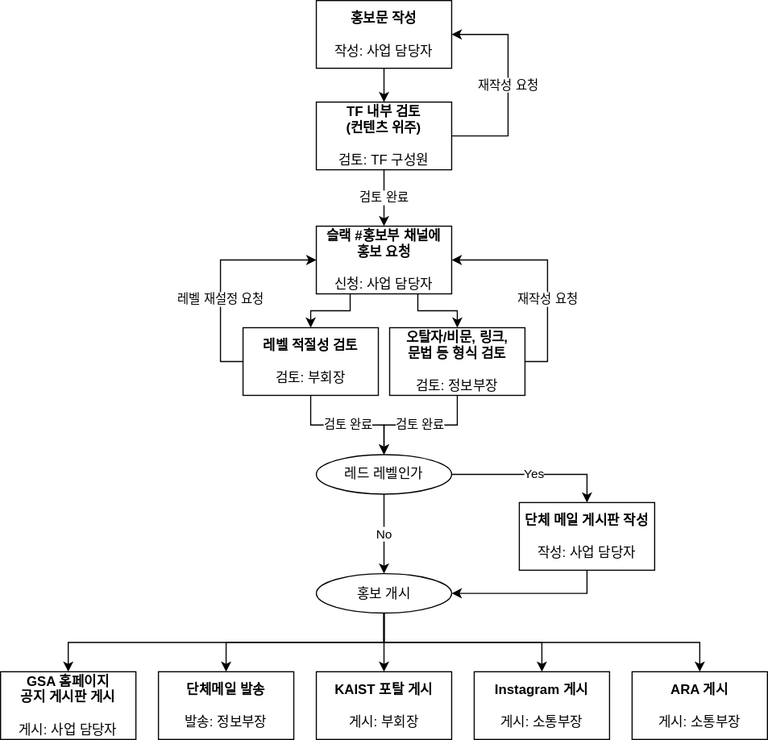
Before: marketing-flow.svg, a diagram exported from draw.io (kaistgsa/marketing-guide). Source tidied: cells renumbered, new cells last; positions are measured from the earlier drawing's top-left corner, leaving out a move shared by most shapes.
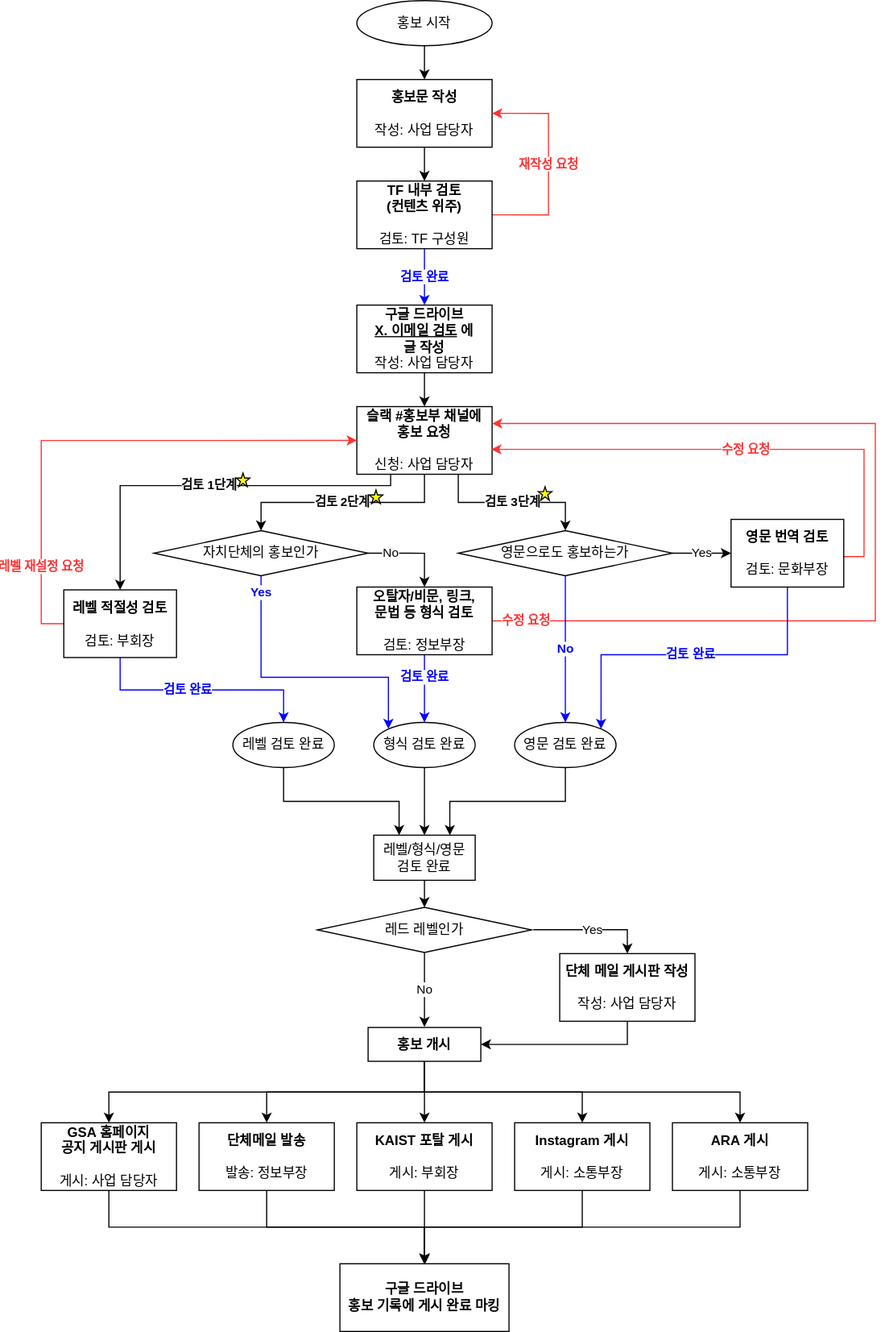
Later version of the same file.

Commit message:
영문 번역 및 자치단체 홍보 프로세스 추가

Diff of the diagram source:
```diff
@@ -6,89 +6,111 @@
       <mxGeometry relative="1" as="geometry" />
     </mxCell>
     <mxCell id="3" value="&lt;b&gt;홍보문 작성&lt;br&gt;&lt;/b&gt;&lt;br&gt;작성: 사업 담당자" style="rounded=0;whiteSpace=wrap;html=1;" parent="1" vertex="1">
-      <mxGeometry x="280" width="120" height="60" as="geometry" />
+      <mxGeometry x="290" y="605" width="120" height="60" as="geometry" />
     </mxCell>
-    <mxCell id="4" value="검토 완료" style="edgeStyle=orthogonalEdgeStyle;rounded=0;jettySize=auto;html=1;exitX=0.5;exitY=1;exitDx=0;exitDy=0;entryX=0.5;entryY=0;entryDx=0;entryDy=0;" parent="1" edge="1" source="6" target="9">
-      <mxGeometry relative="1" as="geometry" />
-    </mxCell>
+    <mxCell id="32" value="검토 완료" style="edgeStyle=orthogonalEdgeStyle;rounded=0;jettySize=auto;html=1;exitX=0.5;exitY=1;exitDx=0;exitDy=0;entryX=0.5;entryY=0;entryDx=0;entryDy=0;fontColor=#0000FF;strokeColor=#0000FF;fontStyle=1;" parent="1" edge="1" source="6" target="44">
+      <mxGeometry relative="1" as="geometry" />
+    </mxCell>
-    <mxCell id="5" value="재작성 요청" style="edgeStyle=orthogonalEdgeStyle;rounded=0;jettySize=auto;html=1;exitX=1;exitY=0.5;exitDx=0;exitDy=0;entryX=1;entryY=0.5;entryDx=0;entryDy=0;" parent="1" edge="1" source="6" target="3">
+    <mxCell id="5" value="재작성 요청" style="edgeStyle=orthogonalEdgeStyle;rounded=0;jettySize=auto;html=1;exitX=1;exitY=0.5;exitDx=0;exitDy=0;entryX=1;entryY=0.5;entryDx=0;entryDy=0;fillColor=#f8cecc;strokeColor=#FF3333;fontColor=#FF3333;fontStyle=1;" parent="1" edge="1" source="6" target="3">
       <mxGeometry relative="1" as="geometry">
         <Array as="points">
-          <mxPoint x="450" y="120" />
-          <mxPoint x="450" y="30" />
+          <mxPoint x="460" y="725" />
+          <mxPoint x="460" y="635" />
         </Array>
       </mxGeometry>
     </mxCell>
     <mxCell id="6" value="&lt;b&gt;TF 내부 검토&lt;br&gt;(컨텐츠 위주)&lt;br&gt;&lt;/b&gt;&lt;br&gt;검토: TF 구성원" style="rounded=0;whiteSpace=wrap;html=1;" parent="1" vertex="1">
-      <mxGeometry x="280" y="90" width="120" height="60" as="geometry" />
+      <mxGeometry x="290" y="695" width="120" height="60" as="geometry" />
     </mxCell>
+    <mxCell id="33" value="검토 3단계" style="edgeStyle=orthogonalEdgeStyle;rounded=0;jettySize=auto;html=1;exitX=0.75;exitY=1;exitDx=0;exitDy=0;entryX=0.5;entryY=0;entryDx=0;entryDy=0;fontStyle=1;" parent="1" edge="1" source="9" target="50">
+      <mxGeometry relative="1" as="geometry" />
+    </mxCell>
+    <mxCell id="34" value="&lt;b&gt;검토 2단계&lt;/b&gt;" style="edgeStyle=orthogonalEdgeStyle;rounded=0;jettySize=auto;html=1;exitX=0.5;exitY=1;exitDx=0;exitDy=0;entryX=0.5;entryY=0;entryDx=0;entryDy=0;" parent="1" edge="1" source="9" target="55">
+      <mxGeometry relative="1" as="geometry" />
+    </mxCell>
-    <mxCell id="7" style="edgeStyle=orthogonalEdgeStyle;rounded=0;jettySize=auto;html=1;exitX=0.25;exitY=1;exitDx=0;exitDy=0;entryX=0.5;entryY=0;entryDx=0;entryDy=0;" parent="1" edge="1" source="9" target="20">
+    <mxCell id="7" value="검토 1단계" style="edgeStyle=orthogonalEdgeStyle;rounded=0;jettySize=auto;html=1;exitX=0.25;exitY=1;exitDx=0;exitDy=0;fontStyle=1;" parent="1" edge="1" source="9" target="20">
       <mxGeometry relative="1" as="geometry">
         <Array as="points">
-          <mxPoint x="310" y="275" />
-          <mxPoint x="275" y="275" />
+          <mxPoint x="320" y="965" />
+          <mxPoint x="80" y="965" />
         </Array>
       </mxGeometry>
     </mxCell>
-    <mxCell id="8" style="edgeStyle=orthogonalEdgeStyle;rounded=0;jettySize=auto;html=1;exitX=0.75;exitY=1;exitDx=0;exitDy=0;entryX=0.5;entryY=0;entryDx=0;entryDy=0;" parent="1" edge="1" source="9" target="12">
-      <mxGeometry relative="1" as="geometry">
-        <Array as="points">
-          <mxPoint x="370" y="275" />
-          <mxPoint x="405" y="275" />
-        </Array>
-      </mxGeometry>
-    </mxCell>
     <mxCell id="9" value="&lt;b&gt;슬랙 #홍보부 채널에 &lt;br&gt;홍보 요청&lt;/b&gt;&lt;br&gt;&lt;br&gt;신청: 사업 담당자" style="rounded=0;whiteSpace=wrap;html=1;" parent="1" vertex="1">
-      <mxGeometry x="280" y="200" width="120" height="60" as="geometry" />
+      <mxGeometry x="290" y="895" width="120" height="60" as="geometry" />
     </mxCell>
-    <mxCell id="10" value="검토 완료" style="edgeStyle=orthogonalEdgeStyle;rounded=0;jettySize=auto;html=1;exitX=0.5;exitY=1;exitDx=0;exitDy=0;entryX=0.5;entryY=0;entryDx=0;entryDy=0;" parent="1" edge="1" source="12" target="25">
-      <mxGeometry relative="1" as="geometry" />
-    </mxCell>
-    <mxCell id="11" value="재작성 요청" style="edgeStyle=orthogonalEdgeStyle;rounded=0;jettySize=auto;html=1;exitX=1;exitY=0.5;exitDx=0;exitDy=0;entryX=1;entryY=0.5;entryDx=0;entryDy=0;" parent="1" edge="1" source="12" target="9">
-      <mxGeometry x="-0.23" relative="1" as="geometry" />
+    <mxCell id="11" value="수정 요청" style="edgeStyle=orthogonalEdgeStyle;rounded=0;jettySize=auto;html=1;entryX=1;entryY=0.25;entryDx=0;entryDy=0;exitX=1;exitY=0.5;exitDx=0;exitDy=0;fillColor=#f8cecc;strokeColor=#FF3333;fontColor=#FF3333;fontStyle=1;" parent="1" edge="1" source="12" target="9">
+      <mxGeometry x="-0.93" relative="1" as="geometry">
+        <Array as="points">
+          <mxPoint x="750" y="1085" />
+          <mxPoint x="750" y="910" />
+        </Array>
+      </mxGeometry>
     </mxCell>
+    <mxCell id="35" value="검토 완료" style="edgeStyle=orthogonalEdgeStyle;rounded=0;jettySize=auto;html=1;fontColor=#0000FF;strokeColor=#0000FF;fontStyle=1;" parent="1" edge="1" target="61">
+      <mxGeometry x="-0.33" relative="1" as="geometry">
+        <mxPoint x="350" y="1115" as="sourcePoint" />
+        <Array as="points">
+          <mxPoint x="350" y="1115" />
+        </Array>
+      </mxGeometry>
+    </mxCell>
     <mxCell id="12" value="&lt;b&gt;오탈자/비문, 링크, &lt;br&gt;문법 등 형식 검토&lt;/b&gt;&lt;br&gt;&lt;br&gt;검토: 정보부장" style="rounded=0;whiteSpace=wrap;html=1;" parent="1" vertex="1">
-      <mxGeometry x="345" y="290" width="120" height="60" as="geometry" />
+      <mxGeometry x="290" y="1055" width="120" height="60" as="geometry" />
     </mxCell>
+    <mxCell id="36" style="edgeStyle=orthogonalEdgeStyle;rounded=0;jettySize=auto;html=1;exitX=0.5;exitY=1;exitDx=0;exitDy=0;entryX=0.5;entryY=0;entryDx=0;entryDy=0;fontColor=#0000FF;" parent="1" edge="1" source="13" target="64">
+      <mxGeometry relative="1" as="geometry" />
+    </mxCell>
     <mxCell id="13" value="&lt;b&gt;GSA 홈페이지&lt;br&gt;공지 게시판 게시&lt;br&gt;&lt;/b&gt;&lt;br&gt;게시: 사업 담당자" style="rounded=0;whiteSpace=wrap;html=1;" parent="1" vertex="1">
-      <mxGeometry y="595" width="120" height="60" as="geometry" />
+      <mxGeometry x="10" y="1530" width="120" height="60" as="geometry" />
     </mxCell>
+    <mxCell id="37" style="edgeStyle=orthogonalEdgeStyle;rounded=0;jettySize=auto;html=1;exitX=0.5;exitY=1;exitDx=0;exitDy=0;fontColor=#0000FF;" parent="1" edge="1" source="14" target="64">
+      <mxGeometry relative="1" as="geometry" />
+    </mxCell>
     <mxCell id="14" value="&lt;b&gt;단체메일 발송&lt;br&gt;&lt;/b&gt;&lt;br&gt;발송: 정보부장" style="rounded=0;whiteSpace=wrap;html=1;" parent="1" vertex="1">
-      <mxGeometry x="140" y="595" width="120" height="60" as="geometry" />
+      <mxGeometry x="150" y="1530" width="120" height="60" as="geometry" />
     </mxCell>
+    <mxCell id="38" style="edgeStyle=orthogonalEdgeStyle;rounded=0;jettySize=auto;html=1;exitX=0.5;exitY=1;exitDx=0;exitDy=0;fontColor=#0000FF;entryX=0.5;entryY=0;entryDx=0;entryDy=0;" parent="1" edge="1" source="15" target="64">
+      <mxGeometry relative="1" as="geometry" />
+    </mxCell>
     <mxCell id="15" value="&lt;b&gt;KAIST 포탈 게시&lt;br&gt;&lt;/b&gt;&lt;br&gt;게시: 부회장" style="rounded=0;whiteSpace=wrap;html=1;" parent="1" vertex="1">
-      <mxGeometry x="280" y="595" width="120" height="60" as="geometry" />
+      <mxGeometry x="290" y="1530" width="120" height="60" as="geometry" />
     </mxCell>
+    <mxCell id="39" style="edgeStyle=orthogonalEdgeStyle;rounded=0;jettySize=auto;html=1;exitX=0.5;exitY=1;exitDx=0;exitDy=0;fontColor=#0000FF;entryX=0.5;entryY=0;entryDx=0;entryDy=0;" parent="1" edge="1" source="16" target="64">
+      <mxGeometry relative="1" as="geometry" />
+    </mxCell>
     <mxCell id="16" value="&lt;b&gt;Instagram 게시&lt;br&gt;&lt;/b&gt;&lt;br&gt;게시: 소통부장" style="rounded=0;whiteSpace=wrap;html=1;" parent="1" vertex="1">
-      <mxGeometry x="420" y="595" width="120" height="60" as="geometry" />
+      <mxGeometry x="430" y="1530" width="120" height="60" as="geometry" />
     </mxCell>
+    <mxCell id="40" style="edgeStyle=orthogonalEdgeStyle;rounded=0;jettySize=auto;html=1;exitX=0.5;exitY=1;exitDx=0;exitDy=0;fontColor=#0000FF;entryX=0.501;entryY=0.013;entryDx=0;entryDy=0;entryPerimeter=0;" parent="1" edge="1" source="17" target="64">
+      <mxGeometry relative="1" as="geometry" />
+    </mxCell>
     <mxCell id="17" value="&lt;b&gt;ARA 게시&lt;br&gt;&lt;/b&gt;&lt;br&gt;게시: 소통부장" style="rounded=0;whiteSpace=wrap;html=1;" parent="1" vertex="1">
-      <mxGeometry x="560" y="595" width="120" height="60" as="geometry" />
+      <mxGeometry x="570" y="1530" width="120" height="60" as="geometry" />
     </mxCell>
-    <mxCell id="18" value="레벨 재설정 요청" style="edgeStyle=orthogonalEdgeStyle;rounded=0;jettySize=auto;html=1;exitX=0;exitY=0.5;exitDx=0;exitDy=0;entryX=0;entryY=0.5;entryDx=0;entryDy=0;" parent="1" edge="1" source="20" target="9">
-      <mxGeometry x="-0.23" relative="1" as="geometry" />
+    <mxCell id="18" value="레벨 재설정 요청" style="edgeStyle=orthogonalEdgeStyle;rounded=0;jettySize=auto;html=1;exitX=0;exitY=0.5;exitDx=0;exitDy=0;entryX=0;entryY=0.5;entryDx=0;entryDy=0;fillColor=#f8cecc;strokeColor=#FF3333;fontColor=#FF3333;fontStyle=1;" parent="1" edge="1" source="20" target="9">
+      <mxGeometry x="-0.69" relative="1" as="geometry" />
     </mxCell>
-    <mxCell id="19" value="검토 완료" style="edgeStyle=orthogonalEdgeStyle;rounded=0;jettySize=auto;html=1;exitX=0.5;exitY=1;exitDx=0;exitDy=0;entryX=0.5;entryY=0;entryDx=0;entryDy=0;" parent="1" edge="1" source="20" target="25">
-      <mxGeometry relative="1" as="geometry" />
-    </mxCell>
+    <mxCell id="41" value="검토 완료" style="edgeStyle=orthogonalEdgeStyle;rounded=0;jettySize=auto;html=1;exitX=0.5;exitY=1;exitDx=0;exitDy=0;fontColor=#0000FF;strokeColor=#0000FF;fontStyle=1;" parent="1" edge="1" source="20" target="63">
+      <mxGeometry x="-0.12" relative="1" as="geometry" />
+    </mxCell>
     <mxCell id="20" value="&lt;b&gt;레벨 적절성 검토&lt;br&gt;&lt;/b&gt;&lt;br&gt;검토: 부회장" style="rounded=0;whiteSpace=wrap;html=1;" parent="1" vertex="1">
-      <mxGeometry x="215" y="290" width="120" height="60" as="geometry" />
+      <mxGeometry x="30" y="1057.5" width="100" height="60" as="geometry" />
     </mxCell>
     <mxCell id="21" style="edgeStyle=orthogonalEdgeStyle;rounded=0;jettySize=auto;html=1;entryX=1;entryY=0.5;entryDx=0;entryDy=0;exitX=0.5;exitY=1;exitDx=0;exitDy=0;" parent="1" edge="1" source="22" target="31">
       <mxGeometry relative="1" as="geometry" />
     </mxCell>
     <mxCell id="22" value="&lt;b&gt;단체 메일 게시판 작성&lt;br&gt;&lt;/b&gt;&lt;br&gt;작성: 사업 담당자" style="rounded=0;whiteSpace=wrap;html=1;" parent="1" vertex="1">
-      <mxGeometry x="460" y="445" width="120" height="60" as="geometry" />
+      <mxGeometry x="470" y="1380" width="120" height="60" as="geometry" />
     </mxCell>
-    <mxCell id="23" value="Yes" style="edgeStyle=orthogonalEdgeStyle;rounded=0;jettySize=auto;html=1;exitX=1;exitY=0.5;exitDx=0;exitDy=0;entryX=0.5;entryY=0;entryDx=0;entryDy=0;" parent="1" edge="1" source="25" target="22">
+    <mxCell id="23" value="Yes" style="edgeStyle=orthogonalEdgeStyle;rounded=0;jettySize=auto;html=1;exitX=1.009;exitY=0.495;exitDx=0;exitDy=0;entryX=0.5;entryY=0;entryDx=0;entryDy=0;exitPerimeter=0;" parent="1" edge="1" source="25" target="22">
       <mxGeometry relative="1" as="geometry" />
     </mxCell>
-    <mxCell id="24" value="No" style="edgeStyle=orthogonalEdgeStyle;rounded=0;jettySize=auto;html=1;exitX=0.5;exitY=1;exitDx=0;exitDy=0;entryX=0.5;entryY=0;entryDx=0;entryDy=0;" parent="1" edge="1" source="25" target="31">
-      <mxGeometry relative="1" as="geometry" />
-    </mxCell>
-    <mxCell id="25" value="레드 레벨인가" style="ellipse;whiteSpace=wrap;html=1;" parent="1" vertex="1">
-      <mxGeometry x="280" y="402.5" width="120" height="35" as="geometry" />
-    </mxCell>
+    <mxCell id="42" value="No" style="edgeStyle=orthogonalEdgeStyle;rounded=0;jettySize=auto;html=1;exitX=0.5;exitY=1;exitDx=0;exitDy=0;" parent="1" edge="1" source="25">
+      <mxGeometry relative="1" as="geometry">
+        <mxPoint x="350" y="1445" as="targetPoint" />
+      </mxGeometry>
+    </mxCell>
     <mxCell id="26" style="edgeStyle=orthogonalEdgeStyle;rounded=0;jettySize=auto;html=1;exitX=0.5;exitY=1;exitDx=0;exitDy=0;" parent="1" edge="1" source="31" target="13">
       <mxGeometry relative="1" as="geometry" />
     </mxCell>
@@ -104,8 +126,104 @@
     <mxCell id="30" style="edgeStyle=orthogonalEdgeStyle;rounded=0;jettySize=auto;html=1;exitX=0.5;exitY=1;exitDx=0;exitDy=0;" parent="1" edge="1" source="31" target="17">
       <mxGeometry relative="1" as="geometry" />
     </mxCell>
+    <mxCell id="43" style="edgeStyle=orthogonalEdgeStyle;rounded=0;jettySize=auto;html=1;exitX=0.5;exitY=1;exitDx=0;exitDy=0;entryX=0.5;entryY=0;entryDx=0;entryDy=0;" parent="1" edge="1" source="44" target="9">
+      <mxGeometry relative="1" as="geometry" />
+    </mxCell>
+    <mxCell id="44" value="&lt;b&gt;구글 드라이브 &lt;br&gt;&lt;u&gt;X. 이메일 검토&lt;/u&gt; 에&lt;br&gt;글 작성&lt;/b&gt;&lt;br&gt;작성: 사업 담당자" style="rounded=0;whiteSpace=wrap;html=1;" parent="1" vertex="1">
+      <mxGeometry x="290" y="805" width="120" height="60" as="geometry" />
+    </mxCell>
+    <mxCell id="45" value="Yes" style="edgeStyle=orthogonalEdgeStyle;rounded=0;jettySize=auto;html=1;entryX=0;entryY=0.5;entryDx=0;entryDy=0;exitX=1;exitY=0.5;exitDx=0;exitDy=0;" parent="1" edge="1" source="50" target="48">
+      <mxGeometry relative="1" as="geometry" />
+    </mxCell>
+    <mxCell id="46" value="수정 요청" style="edgeStyle=orthogonalEdgeStyle;rounded=0;jettySize=auto;html=1;entryX=0.994;entryY=0.632;entryDx=0;entryDy=0;entryPerimeter=0;fillColor=#f8cecc;strokeColor=#FF3333;fontColor=#FF3333;fontStyle=1;exitX=1;exitY=0.5;exitDx=0;exitDy=0;" parent="1" edge="1" source="48" target="9">
+      <mxGeometry relative="1" as="geometry">
+        <Array as="points">
+          <mxPoint x="720" y="1025" />
+          <mxPoint x="720" y="1028" />
+          <mxPoint x="740" y="1028" />
+          <mxPoint x="740" y="933" />
+        </Array>
+      </mxGeometry>
+    </mxCell>
+    <mxCell id="47" value="검토 완료" style="edgeStyle=orthogonalEdgeStyle;rounded=0;jettySize=auto;html=1;exitX=0.5;exitY=1;exitDx=0;exitDy=0;fontColor=#0000FF;strokeColor=#0000FF;fontStyle=1;entryX=1;entryY=0;entryDx=0;entryDy=0;" parent="1" edge="1" source="48" target="59">
+      <mxGeometry relative="1" as="geometry" />
+    </mxCell>
+    <mxCell id="48" value="&lt;b&gt;영문 번역 검토&lt;br&gt;&lt;/b&gt;&lt;br&gt;검토: 문화부장" style="rounded=0;whiteSpace=wrap;html=1;" parent="1" vertex="1">
+      <mxGeometry x="622" y="995" width="100" height="60" as="geometry" />
+    </mxCell>
+    <mxCell id="49" value="No" style="edgeStyle=orthogonalEdgeStyle;rounded=0;jettySize=auto;html=1;exitX=0.5;exitY=1;exitDx=0;exitDy=0;fontColor=#0000FF;strokeColor=#0000FF;fontStyle=1;" parent="1" edge="1" source="50" target="59">
+      <mxGeometry relative="1" as="geometry" />
+    </mxCell>
+    <mxCell id="50" value="영문으로도 홍보하는가" style="rhombus;whiteSpace=wrap;html=1;" parent="1" vertex="1">
+      <mxGeometry x="380" y="1005" width="190" height="40" as="geometry" />
+    </mxCell>
+    <mxCell id="51" style="edgeStyle=orthogonalEdgeStyle;rounded=0;jettySize=auto;html=1;exitX=0.5;exitY=1;exitDx=0;exitDy=0;" parent="1" edge="1" source="52" target="3">
+      <mxGeometry relative="1" as="geometry" />
+    </mxCell>
+    <mxCell id="52" value="홍보 시작" style="ellipse;whiteSpace=wrap;html=1;" parent="1" vertex="1">
+      <mxGeometry x="290" y="535" width="120" height="40" as="geometry" />
+    </mxCell>
+    <mxCell id="53" value="No" style="edgeStyle=orthogonalEdgeStyle;rounded=0;jettySize=auto;html=1;exitX=1;exitY=0.5;exitDx=0;exitDy=0;entryX=0.5;entryY=0;entryDx=0;entryDy=0;" parent="1" edge="1" source="55" target="12">
+      <mxGeometry x="-0.5" relative="1" as="geometry" />
+    </mxCell>
+    <mxCell id="54" value="Yes" style="edgeStyle=orthogonalEdgeStyle;rounded=0;jettySize=auto;html=1;exitX=0.5;exitY=1;exitDx=0;exitDy=0;fontColor=#0000FF;strokeColor=#0000FF;fontStyle=1;entryX=0;entryY=0;entryDx=0;entryDy=0;" parent="1" edge="1" source="55" target="61">
+      <mxGeometry x="-0.88" relative="1" as="geometry">
+        <Array as="points">
+          <mxPoint x="205" y="1135" />
+          <mxPoint x="318" y="1135" />
+          <mxPoint x="318" y="1181" />
+        </Array>
+      </mxGeometry>
+    </mxCell>
+    <mxCell id="55" value="자치단체의 홍보인가" style="rhombus;whiteSpace=wrap;html=1;" parent="1" vertex="1">
+      <mxGeometry x="110" y="1005" width="190" height="40" as="geometry" />
+    </mxCell>
+    <mxCell id="25" value="레드 레벨인가" style="rhombus;whiteSpace=wrap;html=1;fontStyle=0;" parent="1" vertex="1">
+      <mxGeometry x="255" y="1339" width="190" height="40" as="geometry" />
+    </mxCell>
-    <mxCell id="31" value="홍보 개시" style="ellipse;whiteSpace=wrap;html=1;" parent="1" vertex="1">
-      <mxGeometry x="280" y="508" width="120" height="35" as="geometry" />
+    <mxCell id="31" value="&lt;b&gt;홍보 개시&lt;/b&gt;" style="rounded=0;whiteSpace=wrap;html=1;" parent="1" vertex="1">
+      <mxGeometry x="300" y="1445.5" width="100" height="30" as="geometry" />
     </mxCell>
+    <mxCell id="56" style="edgeStyle=orthogonalEdgeStyle;rounded=0;jettySize=auto;html=1;exitX=0.5;exitY=1;exitDx=0;exitDy=0;entryX=0.5;entryY=0;entryDx=0;entryDy=0;" parent="1" edge="1" source="57" target="25">
+      <mxGeometry relative="1" as="geometry" />
+    </mxCell>
+    <mxCell id="57" value="&lt;span&gt;레벨/형식/영문&lt;br&gt;검토 완료&lt;/span&gt;" style="rounded=0;whiteSpace=wrap;html=1;fontStyle=0;" parent="1" vertex="1">
+      <mxGeometry x="305" y="1275" width="90" height="40" as="geometry" />
+    </mxCell>
+    <mxCell id="58" style="edgeStyle=orthogonalEdgeStyle;rounded=0;jettySize=auto;html=1;exitX=0.5;exitY=1;exitDx=0;exitDy=0;entryX=0.75;entryY=0;entryDx=0;entryDy=0;" parent="1" edge="1" source="59" target="57">
+      <mxGeometry relative="1" as="geometry">
+        <Array as="points">
+          <mxPoint x="475" y="1245" />
+          <mxPoint x="372" y="1245" />
+        </Array>
+      </mxGeometry>
+    </mxCell>
+    <mxCell id="59" value="영문 검토 완료" style="ellipse;whiteSpace=wrap;html=1;fontStyle=0;" parent="1" vertex="1">
+      <mxGeometry x="430" y="1175" width="90" height="40" as="geometry" />
+    </mxCell>
+    <mxCell id="60" style="edgeStyle=orthogonalEdgeStyle;rounded=0;jettySize=auto;html=1;exitX=0.5;exitY=1;exitDx=0;exitDy=0;" parent="1" edge="1" source="61" target="57">
+      <mxGeometry relative="1" as="geometry" />
+    </mxCell>
+    <mxCell id="61" value="형식 검토 완료" style="ellipse;whiteSpace=wrap;html=1;fontStyle=0;" parent="1" vertex="1">
+      <mxGeometry x="305" y="1175" width="90" height="40" as="geometry" />
+    </mxCell>
+    <mxCell id="62" style="edgeStyle=orthogonalEdgeStyle;rounded=0;jettySize=auto;html=1;exitX=0.5;exitY=1;exitDx=0;exitDy=0;entryX=0.25;entryY=0;entryDx=0;entryDy=0;" parent="1" edge="1" source="63" target="57">
+      <mxGeometry relative="1" as="geometry" />
+    </mxCell>
+    <mxCell id="63" value="레벨 검토 완료" style="ellipse;whiteSpace=wrap;html=1;fontStyle=0;" parent="1" vertex="1">
+      <mxGeometry x="180" y="1175" width="90" height="40" as="geometry" />
+    </mxCell>
+    <mxCell id="64" value="&lt;span&gt;구글 드라이브&lt;br&gt;홍보 기록에 게시 완료 마킹&lt;/span&gt;" style="rounded=0;whiteSpace=wrap;html=1;fontStyle=1;" parent="1" vertex="1">
+      <mxGeometry x="275" y="1655" width="150" height="60" as="geometry" />
+    </mxCell>
+    <mxCell id="65" style="verticalLabelPosition=bottom;verticalAlign=top;html=1;shape=mxgraph.basic.star;fillColor=#FFFF00;" parent="1" vertex="1">
+      <mxGeometry x="451" y="966" width="12" height="12" as="geometry" />
+    </mxCell>
+    <mxCell id="66" style="verticalLabelPosition=bottom;verticalAlign=top;html=1;shape=mxgraph.basic.star;fillColor=#FFFF00;" parent="1" vertex="1">
+      <mxGeometry x="301" y="969" width="12" height="12" as="geometry" />
+    </mxCell>
+    <mxCell id="67" style="verticalLabelPosition=bottom;verticalAlign=top;html=1;shape=mxgraph.basic.star;fillColor=#FFFF00;" parent="1" vertex="1">
+      <mxGeometry x="183" y="954" width="12" height="12" as="geometry" />
+    </mxCell>
   </root>
 </mxGraphModel>
```
